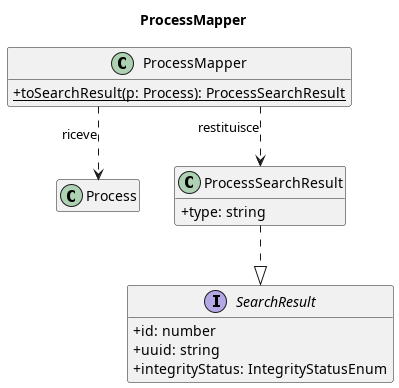
This is out/3_PB/DocumentiEsterni/DiagrammiSpecificaTecnica/C4/C4_backend_Search/C4_backend_Search-13.png from 7-ZPUs/Docs, a PlantUML export, as it was before one commit.
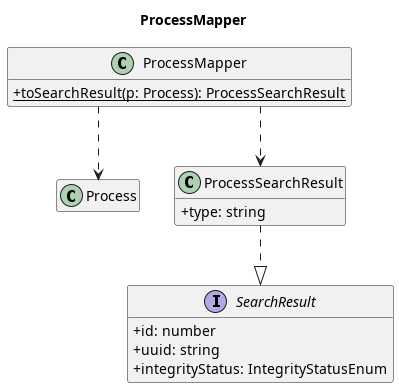
Later version of the same file.

The edit, as a diff of the source:
```diff
@@ -19,7 +19,7 @@
 }
 
 ProcessSearchResult ..|> SearchResult
-ProcessMapper ..> Process           : riceve
-ProcessMapper ..> ProcessSearchResult : restituisce
+ProcessMapper ..> Process
+ProcessMapper ..> ProcessSearchResult
 
 @enduml
```
